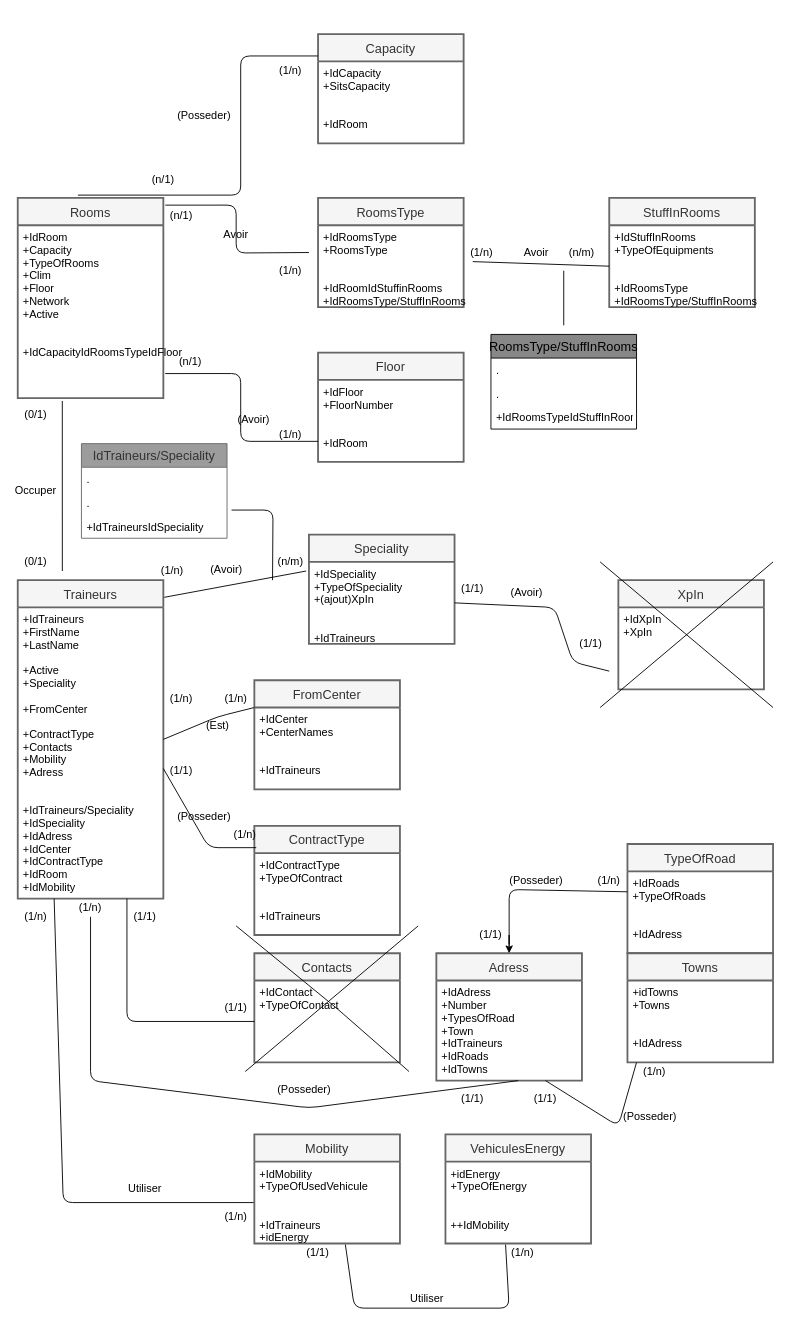
Above: Cours table.drawio in torkhan/MarcRemiseExo-tables (draw.io), before the change. Source tidied: cells renumbered, new cells numbered last; positions are measured from the earlier drawing's top-left corner, leaving out a move shared by most shapes. Both pictures are drawn from the tidied source at 91%, with x=0, y=0 at pixel (17, 34).
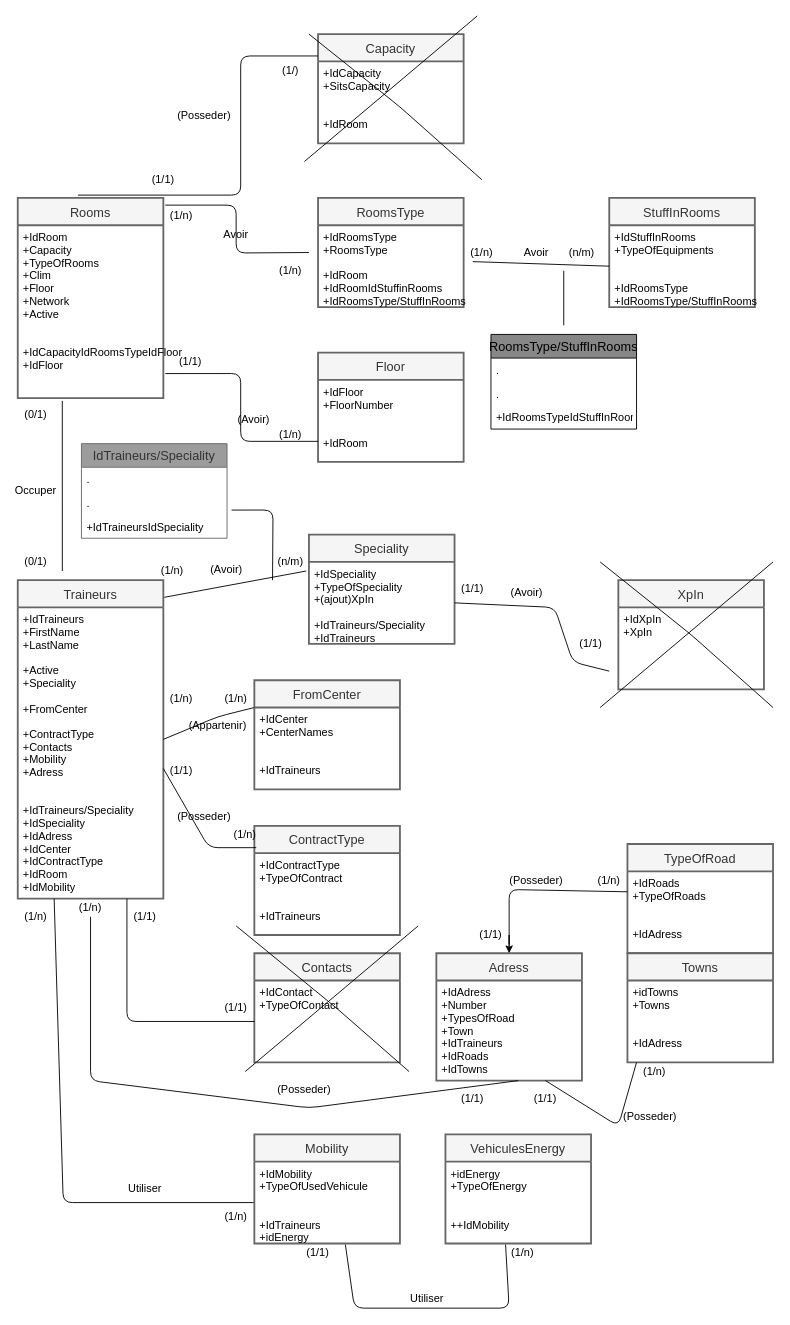
Above is the later version.

The change refers to these unchanged cells:
```xml
<mxCell id="2" value="Rooms" style="swimlane;horizontal=1;startSize=30;fillColor=#f5f5f5;fontColor=#333333;rounded=0;fontSize=14;fontStyle=0;strokeWidth=2;shadow=0;dashed=0;align=center;swimlaneFillColor=#ffffff;strokeColor=#666666;" parent="1" vertex="1">
  <mxGeometry y="180" width="160" height="220" as="geometry" />
</mxCell>
<mxCell id="4" value="Capacity" style="swimlane;horizontal=1;startSize=30;fillColor=#f5f5f5;rounded=0;fontSize=14;fontStyle=0;strokeWidth=2;shadow=0;dashed=0;align=center;labelBackgroundColor=none;strokeColor=#666666;fontColor=#333333;" parent="1" vertex="1">
  <mxGeometry x="330" width="160" height="120" as="geometry" />
</mxCell>
<mxCell id="10" value="Speciality" style="swimlane;horizontal=1;startSize=30;fillColor=#f5f5f5;rounded=0;fontSize=14;fontStyle=0;strokeWidth=2;shadow=0;dashed=0;align=center;labelBackgroundColor=none;strokeColor=#666666;fontColor=#333333;" parent="1" vertex="1">
  <mxGeometry x="320" y="550" width="160" height="120" as="geometry" />
</mxCell>
<mxCell id="20" value="RoomsType" style="swimlane;horizontal=1;startSize=30;fillColor=#f5f5f5;rounded=0;fontSize=14;fontStyle=0;strokeWidth=2;shadow=0;dashed=0;align=center;labelBackgroundColor=none;strokeColor=#666666;fontColor=#333333;" parent="1" vertex="1">
  <mxGeometry x="330" y="180" width="160" height="120" as="geometry" />
</mxCell>
```

What changed in the source:
```diff
@@
-    <mxCell id="3" value="+IdRoom&#10;+Capacity&#10;+TypeOfRooms&#10;+Clim&#10;+Floor&#10;+Network&#10;+Active&#10;&#10;&#10;+IdCapacityIdRoomsTypeIdFloor&#10;&#10;&#10;&#10;&#10;" style="align=left;strokeColor=none;fillColor=none;spacingLeft=4;fontSize=12;verticalAlign=top;labelBackgroundColor=none;" parent="2" vertex="1">
+    <mxCell id="3" value="+IdRoom&#10;+Capacity&#10;+TypeOfRooms&#10;+Clim&#10;+Floor&#10;+Network&#10;+Active&#10;&#10;&#10;+IdCapacityIdRoomsTypeIdFloor&#10;+IdFloor&#10;&#10;&#10;&#10;&#10;" style="align=left;strokeColor=none;fillColor=none;spacingLeft=4;fontSize=12;verticalAlign=top;labelBackgroundColor=none;" parent="2" vertex="1">
       <mxGeometry y="30" width="160" height="190" as="geometry" />
     </mxCell>
@@
+    <mxCell id="108" style="endArrow=none;html=1;" parent="4" edge="1">
+      <mxGeometry relative="1" as="geometry">
+        <mxPoint x="-10" as="sourcePoint" />
+        <mxPoint x="180" y="160" as="targetPoint" />
+        <Array as="points">
+          <mxPoint x="90" y="80" />
+        </Array>
+      </mxGeometry>
+    </mxCell>
+    <mxCell id="109" style="endArrow=none;html=1;" parent="4" edge="1">
+      <mxGeometry relative="1" as="geometry">
+        <mxPoint x="-15" y="140" as="sourcePoint" />
+        <mxPoint x="175" y="-20" as="targetPoint" />
+      </mxGeometry>
+    </mxCell>
@@
-    <mxCell id="11" value="+IdSpeciality&#10;+TypeOfSpeciality&#10;+(ajout)XpIn&#10;&#10;&#10;+IdTraineurs&#10;" style="align=left;strokeColor=none;fillColor=none;spacingLeft=4;fontSize=12;verticalAlign=top;" parent="10" vertex="1">
+    <mxCell id="11" value="+IdSpeciality&#10;+TypeOfSpeciality&#10;+(ajout)XpIn&#10;&#10;+IdTraineurs/Speciality&#10;+IdTraineurs&#10;" style="align=left;strokeColor=none;fillColor=none;spacingLeft=4;fontSize=12;verticalAlign=top;" parent="10" vertex="1">
       <mxGeometry y="30" width="160" height="90" as="geometry" />
     </mxCell>
@@
-    <mxCell id="21" value="+IdRoomsType&#10;+RoomsType&#10;&#10;&#10;+IdRoomIdStuffinRooms&#10;+IdRoomsType/StuffInRooms&#10;&#10;" style="align=left;strokeColor=none;fillColor=none;spacingLeft=4;fontSize=12;verticalAlign=top;" parent="20" vertex="1">
+    <mxCell id="21" value="+IdRoomsType&#10;+RoomsType&#10;&#10;+IdRoom&#10;+IdRoomIdStuffinRooms&#10;+IdRoomsType/StuffInRooms&#10;&#10;" style="align=left;strokeColor=none;fillColor=none;spacingLeft=4;fontSize=12;verticalAlign=top;" parent="20" vertex="1">
       <mxGeometry y="30" width="160" height="90" as="geometry" />
     </mxCell>
@@
-    <mxCell id="34" value="(n/1)" style="text;html=1;strokeColor=none;fillColor=none;align=center;verticalAlign=middle;whiteSpace=wrap;rounded=0;" parent="1" vertex="1">
+    <mxCell id="34" value="(1/1)" style="text;html=1;strokeColor=none;fillColor=none;align=center;verticalAlign=middle;whiteSpace=wrap;rounded=0;" parent="1" vertex="1">
       <mxGeometry x="140" y="150" width="40" height="20" as="geometry" />
     </mxCell>
@@
-    <mxCell id="36" value="(1/n)" style="text;html=1;strokeColor=none;fillColor=none;align=center;verticalAlign=middle;whiteSpace=wrap;rounded=0;" parent="1" vertex="1">
+    <mxCell id="36" value="(1/)" style="text;html=1;strokeColor=none;fillColor=none;align=center;verticalAlign=middle;whiteSpace=wrap;rounded=0;" parent="1" vertex="1">
       <mxGeometry x="280" y="30" width="40" height="20" as="geometry" />
     </mxCell>
-    <mxCell id="37" value="(n/1)" style="text;html=1;strokeColor=none;fillColor=none;align=center;verticalAlign=middle;whiteSpace=wrap;rounded=0;" parent="1" vertex="1">
+    <mxCell id="37" value="(1/n)" style="text;html=1;strokeColor=none;fillColor=none;align=center;verticalAlign=middle;whiteSpace=wrap;rounded=0;" parent="1" vertex="1">
       <mxGeometry x="160" y="190" width="40" height="20" as="geometry" />
     </mxCell>
@@
-    <mxCell id="47" value="(n/1)" style="text;html=1;strokeColor=none;fillColor=none;align=center;verticalAlign=middle;whiteSpace=wrap;rounded=0;" parent="1" vertex="1">
+    <mxCell id="47" value="&lt;div&gt;(1/1)&lt;/div&gt;" style="text;html=1;strokeColor=none;fillColor=none;align=center;verticalAlign=middle;whiteSpace=wrap;rounded=0;" parent="1" vertex="1">
       <mxGeometry x="170" y="350" width="40" height="20" as="geometry" />
     </mxCell>
@@
     <mxCell id="74" style="endArrow=none;html=1;" parent="1" edge="1">
       <mxGeometry relative="1" as="geometry">
         <mxPoint x="640" y="580" as="sourcePoint" />
         <mxPoint x="830" y="740" as="targetPoint" />
+        <Array as="points">
+          <mxPoint x="740" y="660" />
+        </Array>
       </mxGeometry>
     </mxCell>
@@
-    <mxCell id="78" value="(Est)" style="text;html=1;strokeColor=none;fillColor=none;align=center;verticalAlign=middle;whiteSpace=wrap;rounded=0;" parent="1" vertex="1">
+    <mxCell id="78" value="&lt;div&gt;(Appartenir)&lt;/div&gt;" style="text;html=1;strokeColor=none;fillColor=none;align=center;verticalAlign=middle;whiteSpace=wrap;rounded=0;" parent="1" vertex="1">
       <mxGeometry x="200" y="750" width="40" height="20" as="geometry" />
     </mxCell>
```
